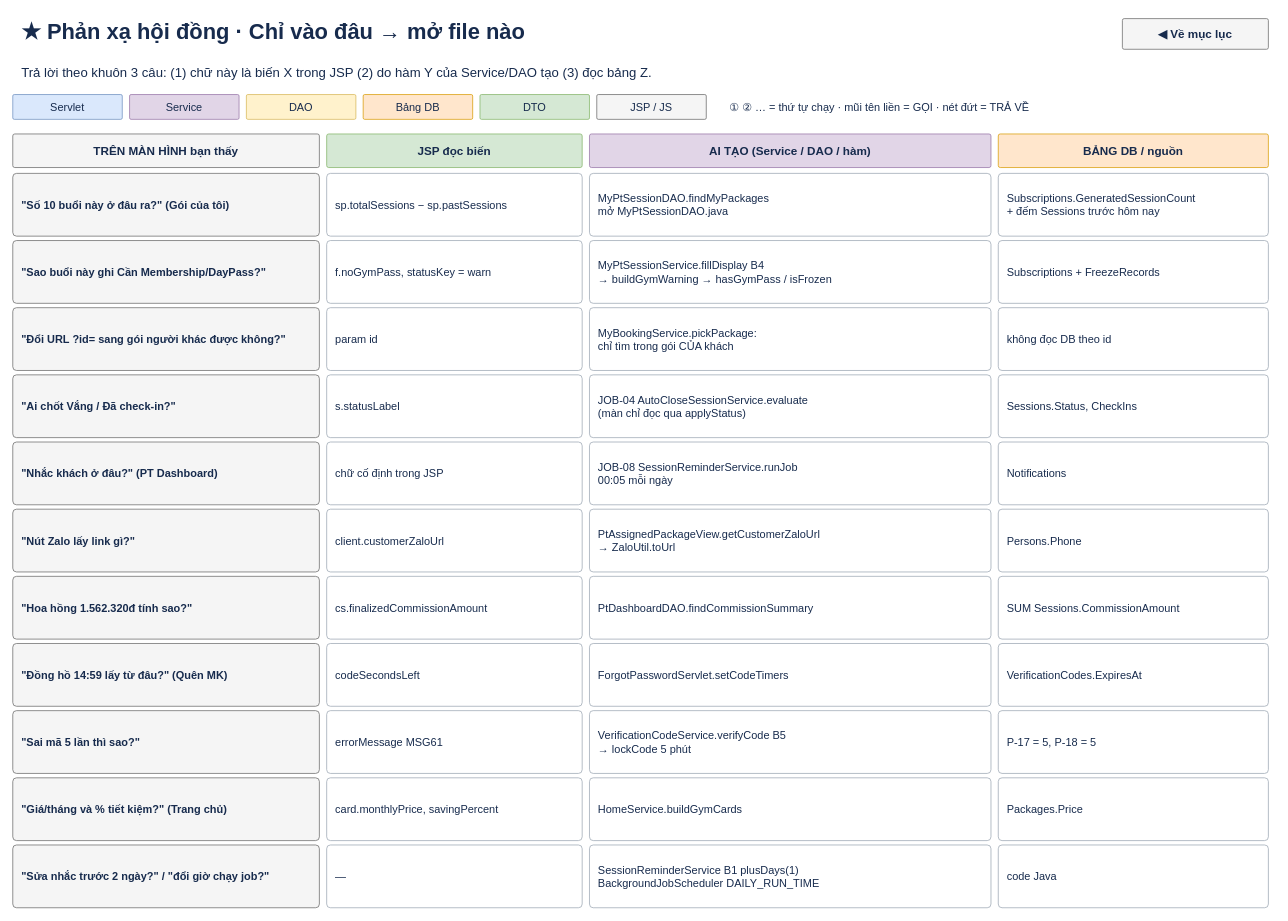
This is page "★ Phản xạ hội đồng" (21 of 21) of docs/hoc-code/gms-5-man-hoc-code-chi-tiet.drawio from Thomas-luckyclover/gym-management-system, a draw.io file, before an edit. Source tidied: cells renumbered, new cells numbered last; positions are measured from the earlier drawing's top-left corner, leaving out a move shared by most shapes. Both pictures are drawn from the tidied source at 73%, with x=0, y=0 at pixel (12, 12).
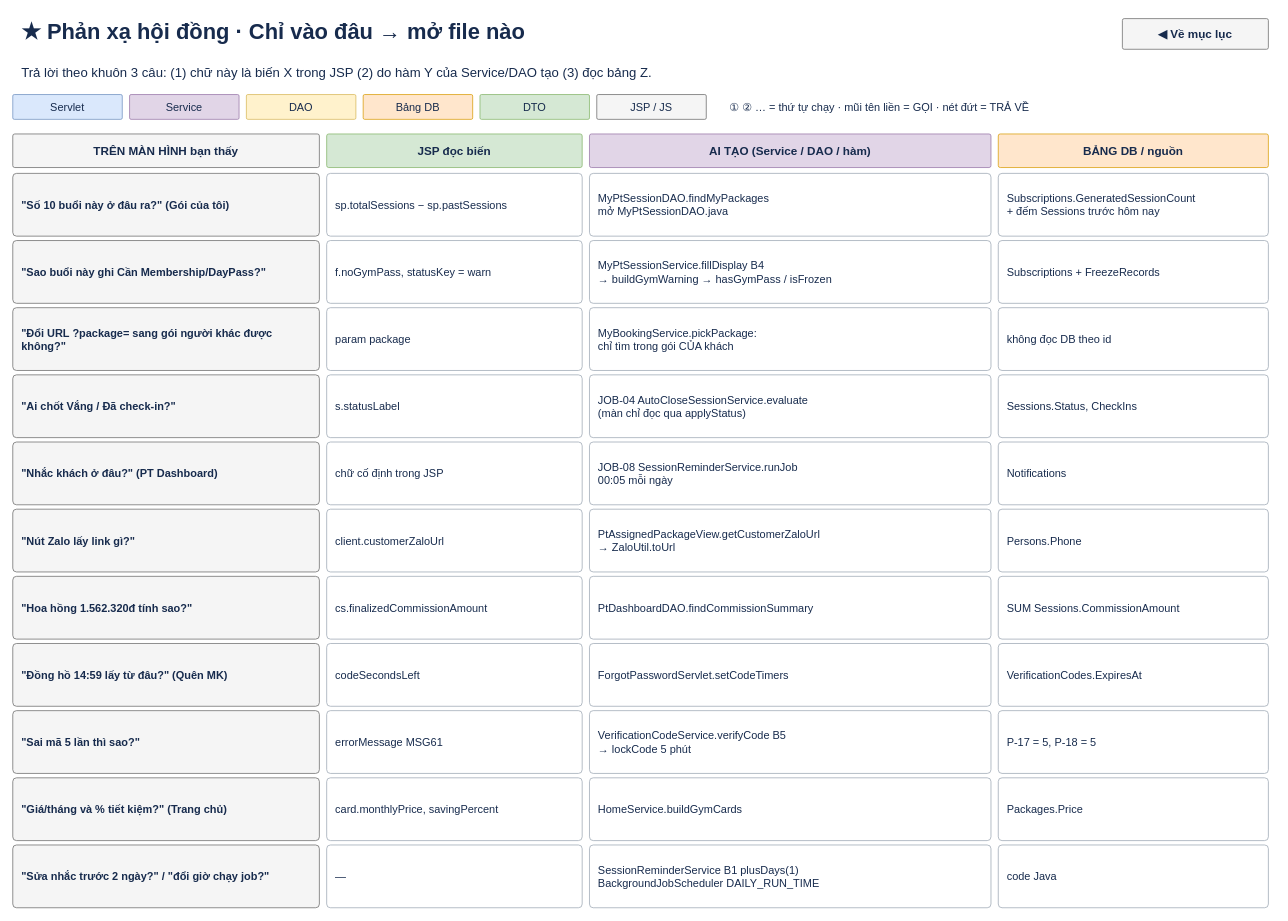
The same diagram, later.

Diff of the diagram source:
```diff
@@
-    <mxCell id="24" value="&quot;Đổi URL ?id= sang gói người khác được không?&quot;" style="rounded=1;whiteSpace=wrap;html=1;align=left;verticalAlign=middle;spacing=12;fontFamily=Arial;fontSize=15;fontColor=#172b4d;fillColor=#f5f5f5;strokeColor=#666666;fontStyle=1;arcSize=6;" parent="1" vertex="1">
+    <mxCell id="24" value="&quot;Đổi URL ?package= sang gói người khác được không?&quot;" style="rounded=1;whiteSpace=wrap;html=1;align=left;verticalAlign=middle;spacing=12;fontFamily=Arial;fontSize=15;fontColor=#172b4d;fillColor=#f5f5f5;strokeColor=#666666;fontStyle=1;arcSize=6;" parent="1" vertex="1">
       <mxGeometry y="404" width="420" height="86" as="geometry" />
     </mxCell>
-    <mxCell id="25" value="param id" style="rounded=1;whiteSpace=wrap;html=1;align=left;verticalAlign=middle;spacing=12;fontFamily=Arial;fontSize=15;fontColor=#172b4d;fillColor=#ffffff;strokeColor=#9aa5b1;fontStyle=0;arcSize=6;" parent="1" vertex="1">
+    <mxCell id="25" value="param package" style="rounded=1;whiteSpace=wrap;html=1;align=left;verticalAlign=middle;spacing=12;fontFamily=Arial;fontSize=15;fontColor=#172b4d;fillColor=#ffffff;strokeColor=#9aa5b1;fontStyle=0;arcSize=6;" parent="1" vertex="1">
       <mxGeometry x="430" y="404" width="350" height="86" as="geometry" />
     </mxCell>
```
